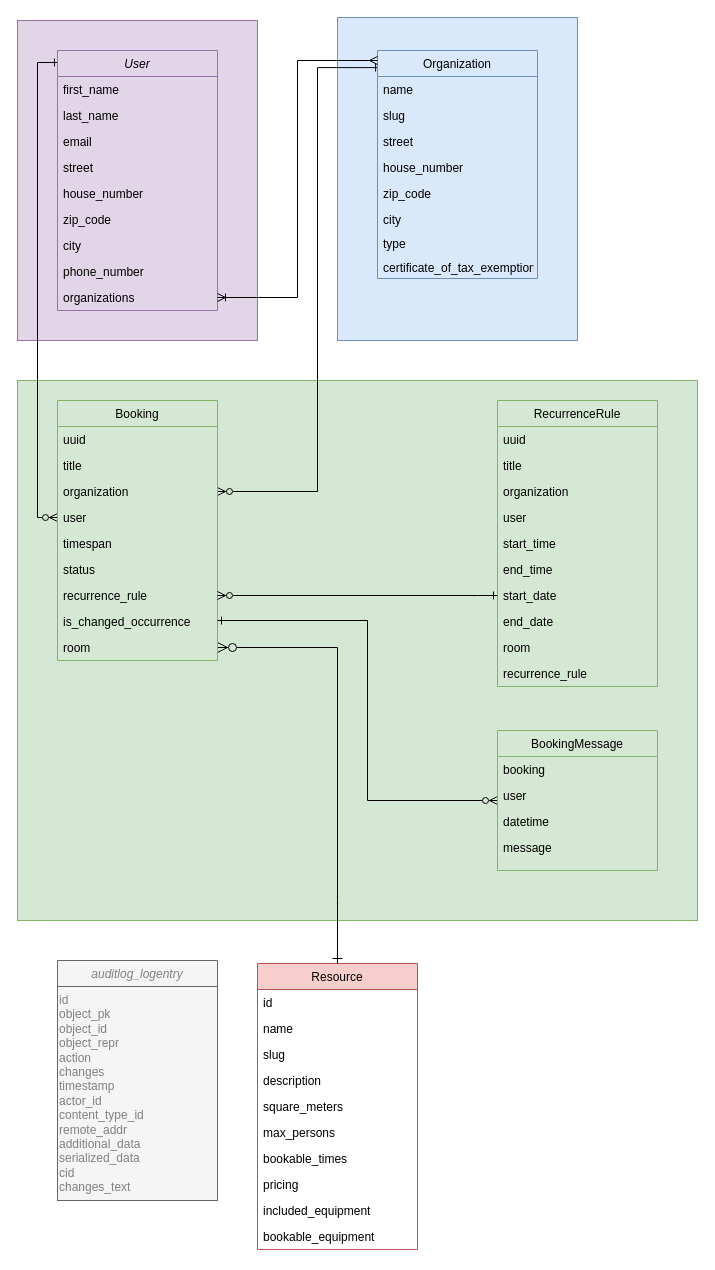
Earlier version of the draw.io diagram docs/modelling/erd-v1.1.3-user-organizations.drawio (Haus-des-Engagements/re-sharing). Source tidied: cells renumbered, new cells numbered last; positions are measured from the earlier drawing's top-left corner, leaving out a move shared by most shapes. Both pictures are drawn from the tidied source at 100%, with x=0, y=0 at pixel (17, 17).
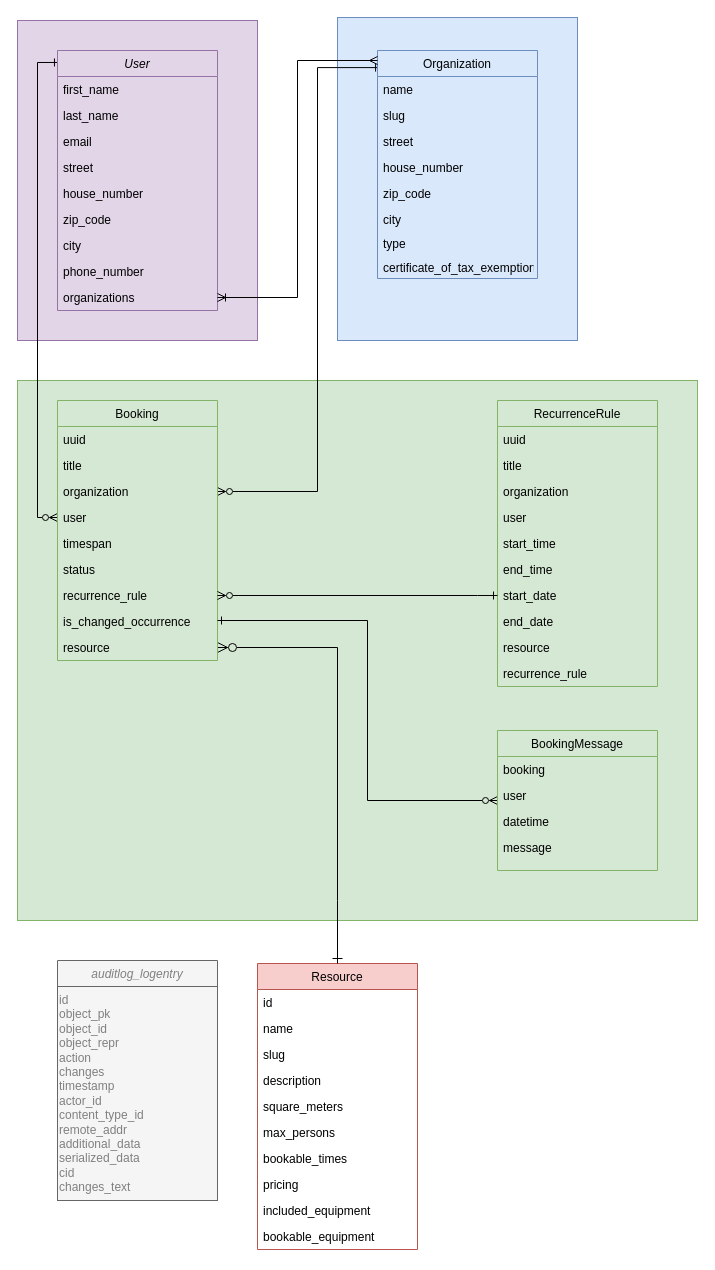
The same diagram, later.

The change refers to these unchanged cells:
```xml
<mxCell id="41" value="Booking" style="swimlane;fontStyle=0;align=center;verticalAlign=top;horizontal=1;startSize=26;rounded=0;shadow=0;strokeWidth=1;fillColor=#d5e8d4;strokeColor=#82b366;" parent="1" vertex="1">
  <mxGeometry x="40" y="383" width="160" height="260" as="geometry" />
</mxCell>
<mxCell id="51" value="RecurrenceRule" style="swimlane;fontStyle=0;align=center;verticalAlign=top;horizontal=1;startSize=26;rounded=0;shadow=0;strokeWidth=1;fillColor=#d5e8d4;strokeColor=#82b366;" parent="1" vertex="1">
  <mxGeometry x="480" y="383" width="160" height="286" as="geometry" />
</mxCell>
```

What changed in the source:
```diff
@@
-    <mxCell id="50" value="room" style="text;align=left;verticalAlign=top;spacingLeft=4;spacingRight=4;overflow=hidden;points=[[0,0.5],[1,0.5]];portConstraint=eastwest;rounded=0;shadow=0;html=0;" parent="41" vertex="1">
+    <mxCell id="50" value="resource" style="text;align=left;verticalAlign=top;spacingLeft=4;spacingRight=4;overflow=hidden;points=[[0,0.5],[1,0.5]];portConstraint=eastwest;rounded=0;shadow=0;html=0;" parent="41" vertex="1">
       <mxGeometry y="234" width="160" height="26" as="geometry" />
     </mxCell>
@@
-    <mxCell id="60" value="room" style="text;align=left;verticalAlign=top;spacingLeft=4;spacingRight=4;overflow=hidden;rounded=0;shadow=0;html=0;" parent="51" vertex="1">
+    <mxCell id="60" value="resource" style="text;align=left;verticalAlign=top;spacingLeft=4;spacingRight=4;overflow=hidden;rounded=0;shadow=0;html=0;" parent="51" vertex="1">
       <mxGeometry y="234" width="160" height="26" as="geometry" />
     </mxCell>
```
